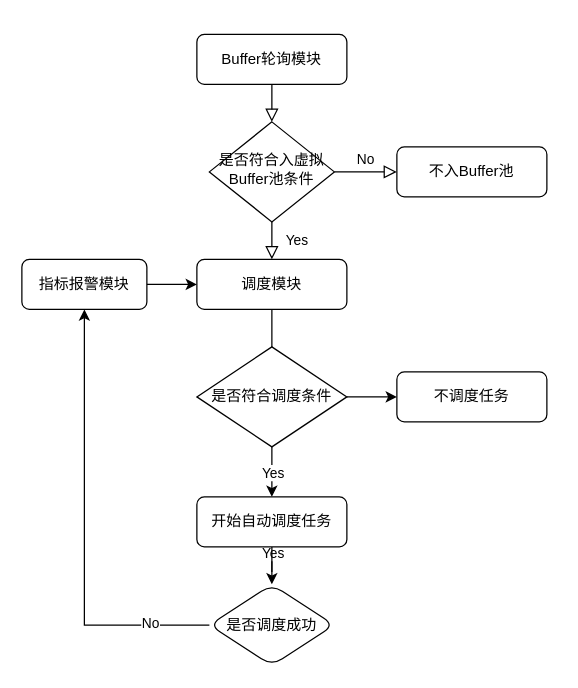
Earlier version of the draw.io diagram cosheduler.drawio (weichenjushi/k8snote). Source tidied: cells renumbered, new cells numbered last; positions are measured from the earlier drawing's top-left corner, leaving out a move shared by most shapes. Both pictures are drawn from the tidied source at 125%, with x=0, y=0 at pixel (21, 34).
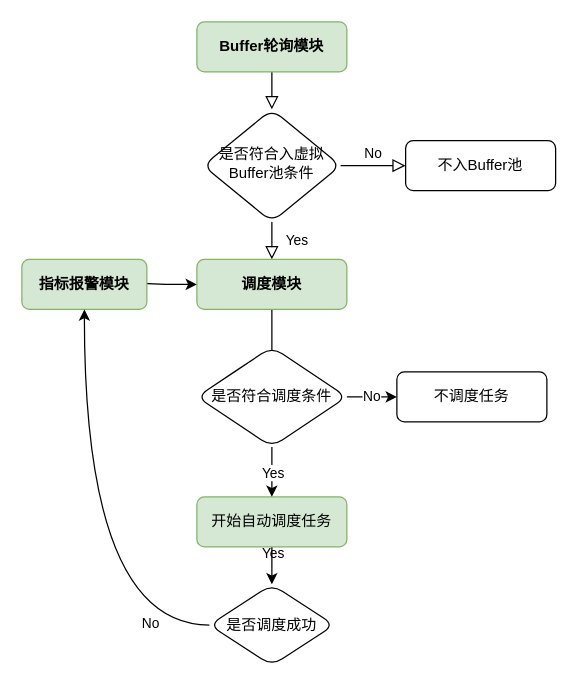
Above is the later version.

Unchanged cells that the change refers to:
```xml
<mxCell id="20" value="是否调度成功" style="rhombus;whiteSpace=wrap;html=1;rounded=1;" parent="1" vertex="1">
  <mxGeometry x="150" y="440" width="100" height="65" as="geometry" />
</mxCell>
```

Change to the diagram source:
```diff
@@
-    <mxCell id="2" style="rounded=0;html=1;jettySize=auto;fontSize=11;endArrow=block;endFill=0;endSize=8;strokeWidth=1;shadow=0;labelBackgroundColor=none;edgeStyle=orthogonalEdgeStyle;" parent="1" edge="1" source="3" target="6">
+    <mxCell id="2" style="html=1;jettySize=auto;fontSize=11;endArrow=block;endFill=0;endSize=8;strokeWidth=1;shadow=0;labelBackgroundColor=none;edgeStyle=orthogonalEdgeStyle;curved=1;" parent="1" edge="1" source="3" target="6">
       <mxGeometry relative="1" as="geometry" />
     </mxCell>
-    <mxCell id="3" value="Buffer轮询模块" style="rounded=1;whiteSpace=wrap;html=1;fontSize=12;glass=0;strokeWidth=1;shadow=0;" parent="1" vertex="1">
-      <mxGeometry x="140" width="120" height="40" as="geometry" />
+    <mxCell id="3" value="&lt;b&gt;Buffer轮询模块&lt;/b&gt;" style="whiteSpace=wrap;html=1;fontSize=12;glass=0;strokeWidth=1;shadow=0;fillColor=#d5e8d4;strokeColor=#82b366;rounded=1;" parent="1" vertex="1">
+      <mxGeometry x="140" y="-10" width="120" height="40" as="geometry" />
     </mxCell>
-    <mxCell id="4" value="Yes" style="rounded=0;html=1;jettySize=auto;fontSize=11;endArrow=block;endFill=0;endSize=8;strokeWidth=1;shadow=0;labelBackgroundColor=none;edgeStyle=orthogonalEdgeStyle;" parent="1" edge="1" source="6">
+    <mxCell id="4" value="Yes" style="html=1;jettySize=auto;fontSize=11;endArrow=block;endFill=0;endSize=8;strokeWidth=1;shadow=0;labelBackgroundColor=none;edgeStyle=orthogonalEdgeStyle;curved=1;" parent="1" edge="1" source="6">
       <mxGeometry y="20" relative="1" as="geometry">
         <mxPoint x="200" y="180" as="targetPoint" />
       </mxGeometry>
     </mxCell>
-    <mxCell id="5" value="No" style="edgeStyle=orthogonalEdgeStyle;rounded=0;html=1;jettySize=auto;fontSize=11;endArrow=block;endFill=0;endSize=8;strokeWidth=1;shadow=0;labelBackgroundColor=none;" parent="1" edge="1" source="6" target="7">
+    <mxCell id="5" value="No" style="edgeStyle=orthogonalEdgeStyle;html=1;jettySize=auto;fontSize=11;endArrow=block;endFill=0;endSize=8;strokeWidth=1;shadow=0;labelBackgroundColor=none;curved=1;" parent="1" edge="1" source="6" target="7">
       <mxGeometry y="10" relative="1" as="geometry" />
     </mxCell>
-    <mxCell id="6" value="是否符合入虚拟Buffer池条件" style="rhombus;whiteSpace=wrap;html=1;shadow=0;fontFamily=Helvetica;fontSize=12;align=center;strokeWidth=1;spacing=6;spacingTop=-4;" parent="1" vertex="1">
-      <mxGeometry x="150" y="70" width="100" height="80" as="geometry" />
+    <mxCell id="6" value="是否符合入虚拟Buffer池条件" style="rhombus;whiteSpace=wrap;html=1;shadow=0;fontFamily=Helvetica;fontSize=12;align=center;strokeWidth=1;spacing=6;spacingTop=-4;rounded=1;" parent="1" vertex="1">
+      <mxGeometry x="145" y="60" width="110" height="90" as="geometry" />
     </mxCell>
-    <mxCell id="7" value="不入Buffer池" style="rounded=1;whiteSpace=wrap;html=1;fontSize=12;glass=0;strokeWidth=1;shadow=0;" parent="1" vertex="1">
-      <mxGeometry x="300" y="90" width="120" height="40" as="geometry" />
+    <mxCell id="7" value="不入Buffer池" style="whiteSpace=wrap;html=1;fontSize=12;glass=0;strokeWidth=1;shadow=0;rounded=1;" parent="1" vertex="1">
+      <mxGeometry x="307" y="85" width="120" height="40" as="geometry" />
     </mxCell>
-    <mxCell id="8" style="edgeStyle=orthogonalEdgeStyle;rounded=0;jettySize=auto;html=1;exitX=0.5;exitY=1;exitDx=0;exitDy=0;entryX=0.5;entryY=0;entryDx=0;entryDy=0;" parent="1" edge="1" source="9">
+    <mxCell id="8" style="edgeStyle=orthogonalEdgeStyle;jettySize=auto;html=1;exitX=0.5;exitY=1;exitDx=0;exitDy=0;entryX=0.5;entryY=0;entryDx=0;entryDy=0;curved=1;" parent="1" edge="1" source="9">
       <mxGeometry relative="1" as="geometry">
         <mxPoint x="200" y="270" as="targetPoint" />
       </mxGeometry>
     </mxCell>
-    <mxCell id="9" value="调度模块" style="rounded=1;whiteSpace=wrap;html=1;fontSize=12;glass=0;strokeWidth=1;shadow=0;" parent="1" vertex="1">
+    <mxCell id="9" value="&lt;b&gt;调度模块&lt;/b&gt;" style="whiteSpace=wrap;html=1;fontSize=12;glass=0;strokeWidth=1;shadow=0;fillColor=#d5e8d4;strokeColor=#82b366;rounded=1;" parent="1" vertex="1">
       <mxGeometry x="140" y="180" width="120" height="40" as="geometry" />
     </mxCell>
-    <mxCell id="10" value="不调度任务" style="rounded=1;whiteSpace=wrap;html=1;fontSize=12;glass=0;strokeWidth=1;shadow=0;" parent="1" vertex="1">
+    <mxCell id="10" value="不调度任务" style="whiteSpace=wrap;html=1;fontSize=12;glass=0;strokeWidth=1;shadow=0;rounded=1;" parent="1" vertex="1">
       <mxGeometry x="300" y="270" width="120" height="40" as="geometry" />
     </mxCell>
-    <mxCell id="11" style="edgeStyle=orthogonalEdgeStyle;rounded=0;jettySize=auto;html=1;" parent="1" edge="1" source="21">
+    <mxCell id="11" style="edgeStyle=orthogonalEdgeStyle;jettySize=auto;html=1;curved=1;" parent="1" edge="1" source="21">
       <mxGeometry relative="1" as="geometry">
         <mxPoint x="200" y="400" as="targetPoint" />
       </mxGeometry>
     </mxCell>
-    <mxCell id="12" value="Yes" style="edgeLabel;html=1;align=center;verticalAlign=middle;" parent="11" vertex="1">
+    <mxCell id="12" value="Yes" style="edgeLabel;html=1;align=center;verticalAlign=middle;rounded=1;" parent="11" vertex="1">
       <mxGeometry x="-0.7" y="-1" relative="1" as="geometry">
         <mxPoint x="1" y="-4" as="offset" />
       </mxGeometry>
     </mxCell>
-    <mxCell id="13" style="edgeStyle=orthogonalEdgeStyle;rounded=0;jettySize=auto;html=1;exitX=1;exitY=0.5;exitDx=0;exitDy=0;" parent="1" edge="1" source="14" target="10">
+    <mxCell id="13" value="No" style="edgeStyle=orthogonalEdgeStyle;jettySize=auto;html=1;exitX=1;exitY=0.5;exitDx=0;exitDy=0;curved=1;" parent="1" edge="1" source="14" target="10">
       <mxGeometry relative="1" as="geometry" />
     </mxCell>
-    <mxCell id="14" value="是否符合调度条件" style="rhombus;whiteSpace=wrap;html=1;" parent="1" vertex="1">
+    <mxCell id="14" value="是否符合调度条件" style="rhombus;whiteSpace=wrap;html=1;rounded=1;" parent="1" vertex="1">
       <mxGeometry x="140" y="250" width="120" height="80" as="geometry" />
     </mxCell>
-    <mxCell id="15" style="edgeStyle=orthogonalEdgeStyle;rounded=0;jettySize=auto;html=1;" parent="1" edge="1" source="21" target="20">
+    <mxCell id="15" style="edgeStyle=orthogonalEdgeStyle;jettySize=auto;html=1;curved=1;" parent="1" edge="1" source="21" target="20">
       <mxGeometry relative="1" as="geometry" />
     </mxCell>
-    <mxCell id="16" style="edgeStyle=orthogonalEdgeStyle;rounded=0;jettySize=auto;html=1;exitX=1;exitY=0.25;exitDx=0;exitDy=0;entryX=0;entryY=0.5;entryDx=0;entryDy=0;" parent="1" edge="1" source="17" target="9">
+    <mxCell id="16" style="edgeStyle=orthogonalEdgeStyle;jettySize=auto;html=1;exitX=1;exitY=0.25;exitDx=0;exitDy=0;entryX=0;entryY=0.5;entryDx=0;entryDy=0;curved=1;" parent="1" edge="1" source="17" target="9">
       <mxGeometry relative="1" as="geometry">
         <Array as="points">
           <mxPoint x="80" y="200" />
         </Array>
       </mxGeometry>
     </mxCell>
-    <mxCell id="17" value="指标报警模块" style="rounded=1;whiteSpace=wrap;html=1;" parent="1" vertex="1">
+    <mxCell id="17" value="&lt;b&gt;指标报警模块&lt;/b&gt;" style="whiteSpace=wrap;html=1;fillColor=#d5e8d4;strokeColor=#82b366;rounded=1;" parent="1" vertex="1">
       <mxGeometry y="180" width="100" height="40" as="geometry" />
     </mxCell>
-    <mxCell id="18" style="edgeStyle=orthogonalEdgeStyle;rounded=0;jettySize=auto;html=1;exitX=0;exitY=0.5;exitDx=0;exitDy=0;entryX=0.5;entryY=1;entryDx=0;entryDy=0;" parent="1" edge="1" source="20" target="17">
+    <mxCell id="18" style="edgeStyle=orthogonalEdgeStyle;jettySize=auto;html=1;exitX=0;exitY=0.5;exitDx=0;exitDy=0;entryX=0.5;entryY=1;entryDx=0;entryDy=0;curved=1;" parent="1" edge="1" source="20" target="17">
       <mxGeometry relative="1" as="geometry" />
     </mxCell>
-    <mxCell id="19" value="No" style="edgeLabel;html=1;align=center;verticalAlign=middle;" parent="18" vertex="1">
+    <mxCell id="19" value="No" style="edgeLabel;html=1;align=center;verticalAlign=middle;rounded=1;" parent="18" vertex="1">
       <mxGeometry x="-0.73" y="-2" relative="1" as="geometry" />
     </mxCell>
@@
-    <mxCell id="21" value="开始自动调度任务" style="rounded=1;whiteSpace=wrap;html=1;" parent="1" vertex="1">
+    <mxCell id="21" value="开始自动调度任务" style="whiteSpace=wrap;html=1;fillColor=#d5e8d4;strokeColor=#82b366;rounded=1;" parent="1" vertex="1">
       <mxGeometry x="140" y="370" width="120" height="40" as="geometry" />
     </mxCell>
-    <mxCell id="22" style="edgeStyle=orthogonalEdgeStyle;rounded=0;jettySize=auto;html=1;" parent="1" edge="1" source="14" target="21">
+    <mxCell id="22" style="edgeStyle=orthogonalEdgeStyle;jettySize=auto;html=1;curved=1;" parent="1" edge="1" source="14" target="21">
       <mxGeometry relative="1" as="geometry" />
     </mxCell>
-    <mxCell id="23" value="Yes" style="edgeLabel;html=1;align=center;verticalAlign=middle;" parent="22" vertex="1">
+    <mxCell id="23" value="Yes" style="edgeLabel;html=1;align=center;verticalAlign=middle;rounded=1;" parent="22" vertex="1">
       <mxGeometry x="-0.7" y="-1" relative="1" as="geometry">
         <mxPoint x="1" y="14" as="offset" />
       </mxGeometry>
     </mxCell>
```
